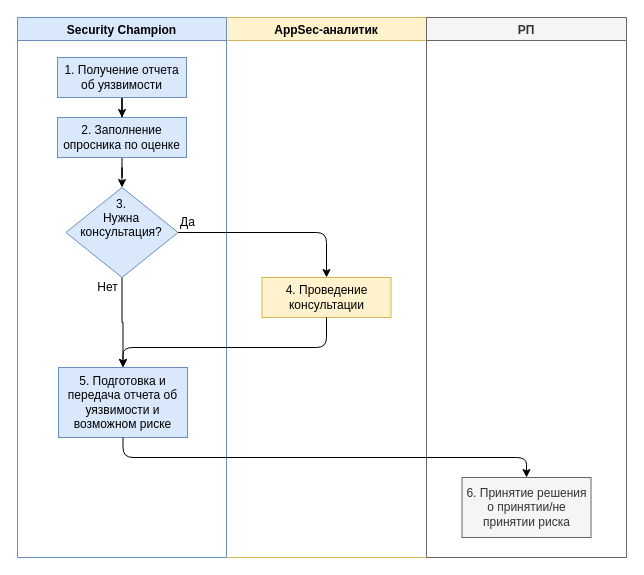
GoluzinaD/Python keeps this draw.io diagram as page "Оценка риска" (2 of 4) of Untitled Diagram2.drawio. Above is the earlier version. Source tidied: cells renumbered, new cells numbered last; positions are measured from the earlier drawing's top-left corner, leaving out a move shared by most shapes. Both pictures are drawn from the tidied source at 100%, with x=0, y=0 at pixel (17, 17).
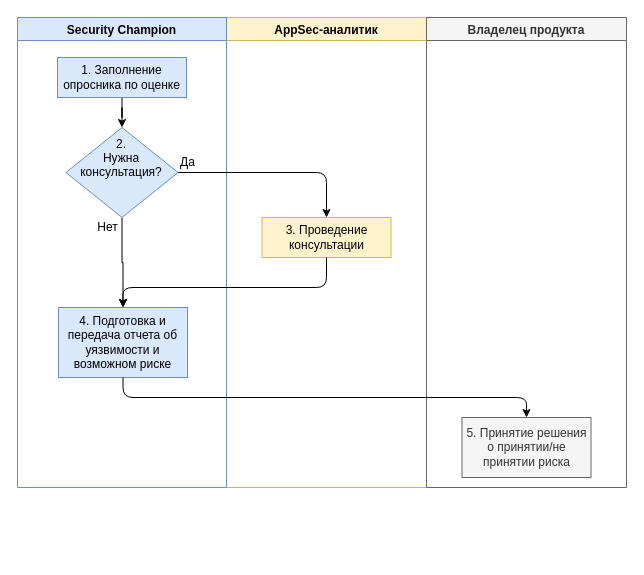
The same diagram, later.

Change to the diagram source:
```diff
@@
     <mxCell id="2" value="AppSec-аналитик" style="swimlane;rounded=0;sketch=0;fillColor=#fff2cc;strokeColor=#d6b656;" parent="1" vertex="1">
-      <mxGeometry x="209" width="200" height="540" as="geometry" />
+      <mxGeometry x="209" width="200" height="470" as="geometry" />
     </mxCell>
-    <mxCell id="3" value="4. Проведение консультации" style="rounded=0;whiteSpace=wrap;html=1;sketch=0;fontSize=12;fillColor=#fff2cc;strokeColor=#d6b656;" parent="2" vertex="1">
-      <mxGeometry x="35.5" y="260" width="129" height="40" as="geometry" />
+    <mxCell id="3" value="3. Проведение консультации" style="rounded=0;whiteSpace=wrap;html=1;sketch=0;fontSize=12;fillColor=#fff2cc;strokeColor=#d6b656;" parent="2" vertex="1">
+      <mxGeometry x="35.5" y="200" width="129" height="40" as="geometry" />
     </mxCell>
     <mxCell id="4" value="Security Champion" style="swimlane;rounded=0;sketch=0;fillColor=#dae8fc;strokeColor=#6c8ebf;" parent="1" vertex="1">
-      <mxGeometry width="209" height="540" as="geometry" />
+      <mxGeometry width="209" height="470" as="geometry" />
     </mxCell>
-    <mxCell id="5" style="edgeStyle=orthogonalEdgeStyle;rounded=0;jettySize=auto;html=1;entryX=0.5;entryY=0;entryDx=0;entryDy=0;" parent="4" edge="1" source="6" target="8">
-      <mxGeometry relative="1" as="geometry" />
-    </mxCell>
-    <mxCell id="6" value="1. Получение отчета об уязвимости" style="rounded=0;whiteSpace=wrap;html=1;sketch=0;fontSize=12;fillColor=#dae8fc;strokeColor=#6c8ebf;" parent="4" vertex="1">
-      <mxGeometry x="40" y="40" width="129" height="40" as="geometry" />
-    </mxCell>
@@
-    <mxCell id="8" value="2. Заполнение опросника по оценке" style="rounded=0;whiteSpace=wrap;html=1;sketch=0;fontSize=12;fillColor=#dae8fc;strokeColor=#6c8ebf;" parent="4" vertex="1">
-      <mxGeometry x="40" y="100" width="129" height="40" as="geometry" />
+    <mxCell id="8" value="1. Заполнение опросника по оценке" style="rounded=0;whiteSpace=wrap;html=1;sketch=0;fontSize=12;fillColor=#dae8fc;strokeColor=#6c8ebf;" parent="4" vertex="1">
+      <mxGeometry x="40" y="40" width="129" height="40" as="geometry" />
     </mxCell>
@@
-    <mxCell id="10" value="&lt;div&gt;3. &lt;br&gt;&lt;/div&gt;&lt;div&gt;Нужна консультация?&lt;br&gt;&lt;br&gt;&lt;/div&gt;&lt;div&gt;&lt;br&gt;&lt;/div&gt;" style="rhombus;whiteSpace=wrap;html=1;rounded=0;sketch=0;fontSize=12;fillColor=#dae8fc;strokeColor=#6c8ebf;" parent="4" vertex="1">
-      <mxGeometry x="48.4" y="170" width="112.2" height="90" as="geometry" />
+    <mxCell id="10" value="&lt;div&gt;2. &lt;br&gt;&lt;/div&gt;&lt;div&gt;Нужна консультация?&lt;br&gt;&lt;br&gt;&lt;/div&gt;&lt;div&gt;&lt;br&gt;&lt;/div&gt;" style="rhombus;whiteSpace=wrap;html=1;rounded=0;sketch=0;fontSize=12;fillColor=#dae8fc;strokeColor=#6c8ebf;" parent="4" vertex="1">
+      <mxGeometry x="48.4" y="110" width="112.2" height="90" as="geometry" />
     </mxCell>
-    <mxCell id="11" value="5. Подготовка и передача отчета об уязвимости и возможном риске" style="rounded=0;whiteSpace=wrap;html=1;sketch=0;fontSize=12;fillColor=#dae8fc;strokeColor=#6c8ebf;" parent="4" vertex="1">
-      <mxGeometry x="41" y="350" width="129" height="70" as="geometry" />
+    <mxCell id="11" value="4. Подготовка и передача отчета об уязвимости и возможном риске" style="rounded=0;whiteSpace=wrap;html=1;sketch=0;fontSize=12;fillColor=#dae8fc;strokeColor=#6c8ebf;" parent="4" vertex="1">
+      <mxGeometry x="41" y="290" width="129" height="70" as="geometry" />
     </mxCell>
     <mxCell id="12" value="Да" style="text;html=1;align=center;verticalAlign=middle;strokeColor=none;fillColor=none;" parent="4" vertex="1">
-      <mxGeometry x="150" y="190" width="40" height="30" as="geometry" />
+      <mxGeometry x="150" y="130" width="40" height="30" as="geometry" />
     </mxCell>
     <mxCell id="13" value="Нет" style="text;html=1;align=center;verticalAlign=middle;strokeColor=none;fillColor=none;" parent="4" vertex="1">
-      <mxGeometry x="70" y="255" width="40" height="30" as="geometry" />
+      <mxGeometry x="70" y="195" width="40" height="30" as="geometry" />
     </mxCell>
-    <mxCell id="14" value="РП" style="swimlane;rounded=0;sketch=0;fillColor=#f5f5f5;fontColor=#333333;strokeColor=#666666;" parent="1" vertex="1">
-      <mxGeometry x="409" width="200" height="540" as="geometry" />
+    <mxCell id="14" value="Владелец продукта" style="swimlane;rounded=0;sketch=0;fillColor=#f5f5f5;fontColor=#333333;strokeColor=#666666;" parent="1" vertex="1">
+      <mxGeometry x="409" width="200" height="470" as="geometry" />
     </mxCell>
-    <mxCell id="15" value="6. Принятие решения о принятии/не принятии риска" style="rounded=0;whiteSpace=wrap;html=1;sketch=0;fontSize=12;fillColor=#f5f5f5;strokeColor=#666666;fontColor=#333333;" parent="14" vertex="1">
-      <mxGeometry x="35.5" y="460" width="129" height="60" as="geometry" />
+    <mxCell id="15" value="5. Принятие решения о принятии/не принятии риска" style="rounded=0;whiteSpace=wrap;html=1;sketch=0;fontSize=12;fillColor=#f5f5f5;strokeColor=#666666;fontColor=#333333;" parent="14" vertex="1">
+      <mxGeometry x="35.5" y="400" width="129" height="60" as="geometry" />
     </mxCell>
@@
     <mxCell id="17" style="edgeStyle=orthogonalEdgeStyle;rounded=1;jettySize=auto;html=1;entryX=0.5;entryY=0;entryDx=0;entryDy=0;" parent="1" edge="1" source="11" target="15">
       <mxGeometry relative="1" as="geometry">
         <Array as="points">
-          <mxPoint x="105" y="440" />
-          <mxPoint x="509" y="440" />
+          <mxPoint x="105" y="380" />
+          <mxPoint x="509" y="380" />
         </Array>
       </mxGeometry>
     </mxCell>
     <mxCell id="18" style="edgeStyle=orthogonalEdgeStyle;rounded=1;jettySize=auto;html=1;entryX=0.5;entryY=0;entryDx=0;entryDy=0;" parent="1" edge="1" source="3" target="11">
       <mxGeometry relative="1" as="geometry">
         <Array as="points">
-          <mxPoint x="309" y="330" />
-          <mxPoint x="105" y="330" />
-          <mxPoint x="105" y="350" />
+          <mxPoint x="309" y="270" />
+          <mxPoint x="105" y="270" />
+          <mxPoint x="105" y="290" />
         </Array>
       </mxGeometry>
     </mxCell>
```
